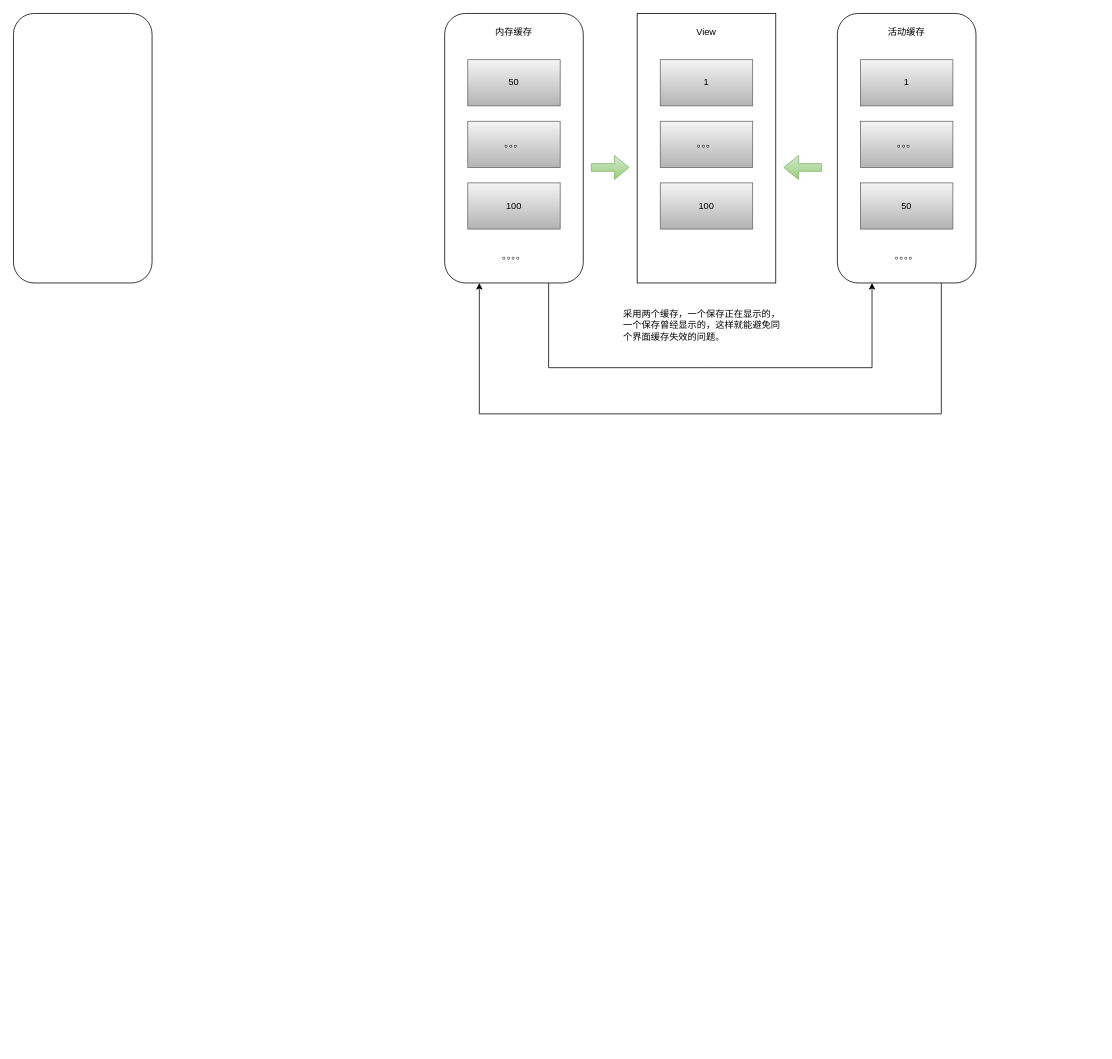
Before: draw_io_dir/Glide.drawio in LongerLonge/jormun_drawio_repo, a draw.io diagram. Source tidied: cells renumbered, new cells numbered last; positions are measured from the earlier drawing's top-left corner, leaving out a move shared by most shapes. Both pictures are drawn from the tidied source at 77%, with x=0, y=0 at pixel (13, 13).
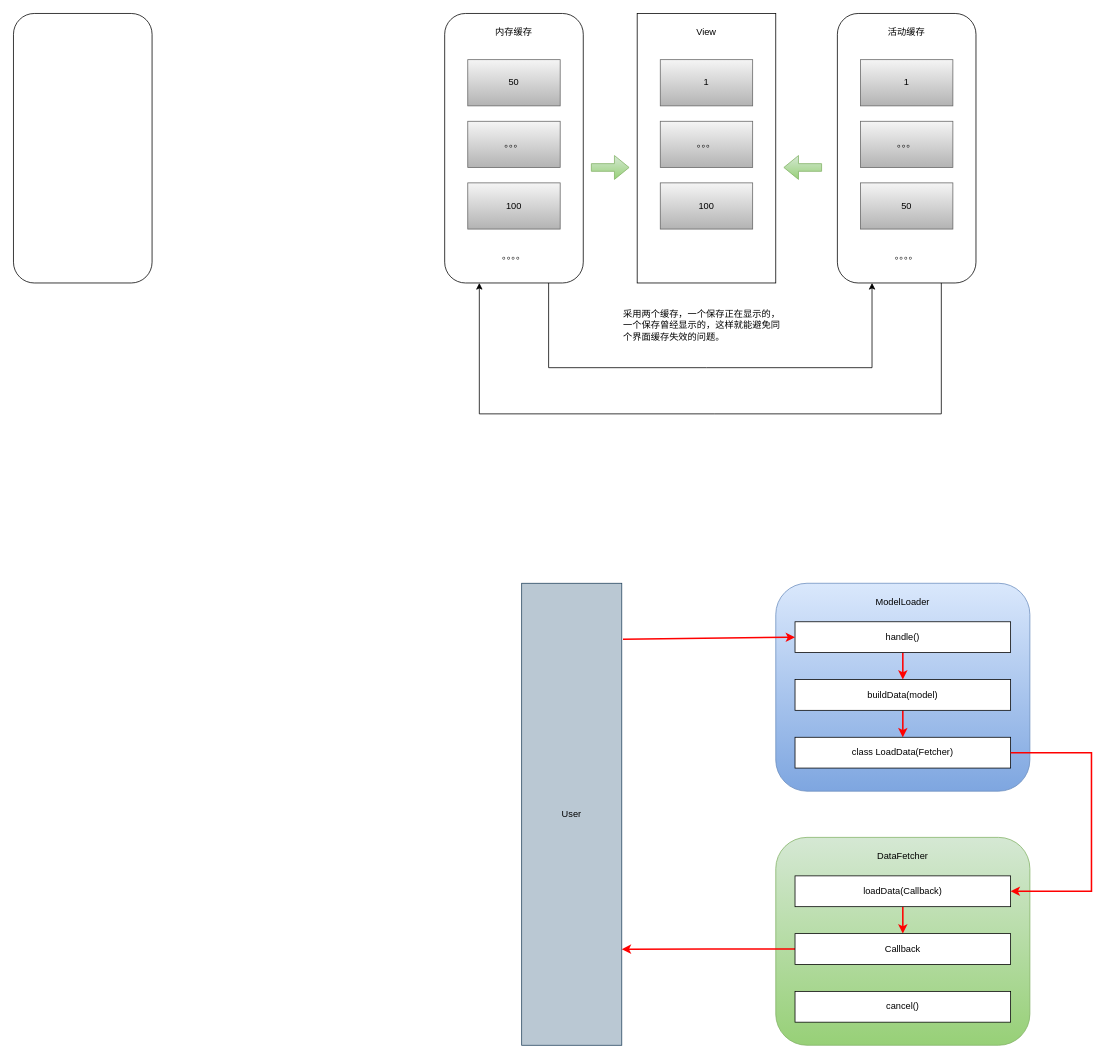
After the change.

Diff of the diagram source:
```diff
@@
+    <mxCell id="25" style="rounded=1;whiteSpace=wrap;html=1;fillColor=#dae8fc;gradientColor=#7ea6e0;strokeColor=#6c8ebf;" parent="1" vertex="1">
+      <mxGeometry x="990" y="740" width="330" height="270" as="geometry" />
+    </mxCell>
+    <mxCell id="26" style="edgeStyle=orthogonalEdgeStyle;rounded=0;jettySize=auto;html=1;entryX=0.5;entryY=0;entryDx=0;entryDy=0;strokeColor=#FF0000;strokeWidth=2;" parent="1" edge="1" source="27" target="29">
+      <mxGeometry relative="1" as="geometry" />
+    </mxCell>
+    <mxCell id="27" value="handle()" style="rounded=0;whiteSpace=wrap;html=1;" parent="1" vertex="1">
+      <mxGeometry x="1015" y="790" width="280" height="40" as="geometry" />
+    </mxCell>
+    <mxCell id="28" style="edgeStyle=orthogonalEdgeStyle;rounded=0;jettySize=auto;html=1;entryX=0.5;entryY=0;entryDx=0;entryDy=0;strokeColor=#FF0000;strokeWidth=2;" parent="1" edge="1" source="29" target="30">
+      <mxGeometry relative="1" as="geometry" />
+    </mxCell>
+    <mxCell id="29" value="buildData(model)" style="rounded=0;whiteSpace=wrap;html=1;" parent="1" vertex="1">
+      <mxGeometry x="1015" y="865" width="280" height="40" as="geometry" />
+    </mxCell>
+    <mxCell id="30" value="class LoadData(Fetcher)" style="rounded=0;whiteSpace=wrap;html=1;" parent="1" vertex="1">
+      <mxGeometry x="1015" y="940" width="280" height="40" as="geometry" />
+    </mxCell>
+    <mxCell id="31" value="&lt;font color=&quot;#000000&quot;&gt;ModelLoader&lt;/font&gt;" style="text;html=1;strokeColor=none;fillColor=none;align=center;verticalAlign=middle;whiteSpace=wrap;rounded=0;" parent="1" vertex="1">
+      <mxGeometry x="1125" y="750" width="60" height="30" as="geometry" />
+    </mxCell>
+    <mxCell id="32" style="rounded=1;whiteSpace=wrap;html=1;fillColor=#d5e8d4;gradientColor=#97d077;strokeColor=#82b366;" parent="1" vertex="1">
+      <mxGeometry x="990" y="1070" width="330" height="270" as="geometry" />
+    </mxCell>
+    <mxCell id="33" style="edgeStyle=orthogonalEdgeStyle;rounded=0;jettySize=auto;html=1;entryX=0.5;entryY=0;entryDx=0;entryDy=0;strokeColor=#FF0000;strokeWidth=2;" parent="1" edge="1" source="34" target="36">
+      <mxGeometry relative="1" as="geometry" />
+    </mxCell>
+    <mxCell id="34" value="loadData(Callback)" style="rounded=0;whiteSpace=wrap;html=1;" parent="1" vertex="1">
+      <mxGeometry x="1015" y="1120" width="280" height="40" as="geometry" />
+    </mxCell>
+    <mxCell id="35" style="edgeStyle=orthogonalEdgeStyle;rounded=0;jettySize=auto;html=1;entryX=1;entryY=0.792;entryDx=0;entryDy=0;entryPerimeter=0;strokeColor=#FF0000;strokeWidth=2;" parent="1" edge="1" source="36" target="39">
+      <mxGeometry relative="1" as="geometry" />
+    </mxCell>
+    <mxCell id="36" value="Callback" style="rounded=0;whiteSpace=wrap;html=1;" parent="1" vertex="1">
+      <mxGeometry x="1015" y="1195" width="280" height="40" as="geometry" />
+    </mxCell>
+    <mxCell id="37" value="cancel()" style="rounded=0;whiteSpace=wrap;html=1;" parent="1" vertex="1">
+      <mxGeometry x="1015" y="1270" width="280" height="40" as="geometry" />
+    </mxCell>
+    <mxCell id="38" value="&lt;font color=&quot;#000000&quot;&gt;DataFetcher&lt;/font&gt;" style="text;html=1;strokeColor=none;fillColor=none;align=center;verticalAlign=middle;whiteSpace=wrap;rounded=0;" parent="1" vertex="1">
+      <mxGeometry x="1125" y="1080" width="60" height="30" as="geometry" />
+    </mxCell>
+    <mxCell id="39" value="&lt;font color=&quot;#000000&quot;&gt;User&lt;/font&gt;" style="rounded=0;whiteSpace=wrap;html=1;fillColor=#bac8d3;strokeColor=#23445d;" parent="1" vertex="1">
+      <mxGeometry x="660" y="740" width="130" height="600" as="geometry" />
+    </mxCell>
+    <mxCell id="40" style="endArrow=classic;html=1;rounded=0;entryX=0;entryY=0.5;entryDx=0;entryDy=0;exitX=1.012;exitY=0.121;exitDx=0;exitDy=0;exitPerimeter=0;strokeColor=#FF0000;strokeWidth=2;" parent="1" edge="1" source="39" target="27">
+      <mxGeometry relative="1" as="geometry" />
+    </mxCell>
+    <mxCell id="41" style="edgeStyle=orthogonalEdgeStyle;rounded=0;jettySize=auto;html=1;entryX=1;entryY=0.5;entryDx=0;entryDy=0;strokeColor=#FF0000;strokeWidth=2;" parent="1" edge="1" source="30" target="34">
+      <mxGeometry relative="1" as="geometry">
+        <Array as="points">
+          <mxPoint x="1400" y="960" />
+          <mxPoint x="1400" y="1140" />
+        </Array>
+      </mxGeometry>
+    </mxCell>
```
